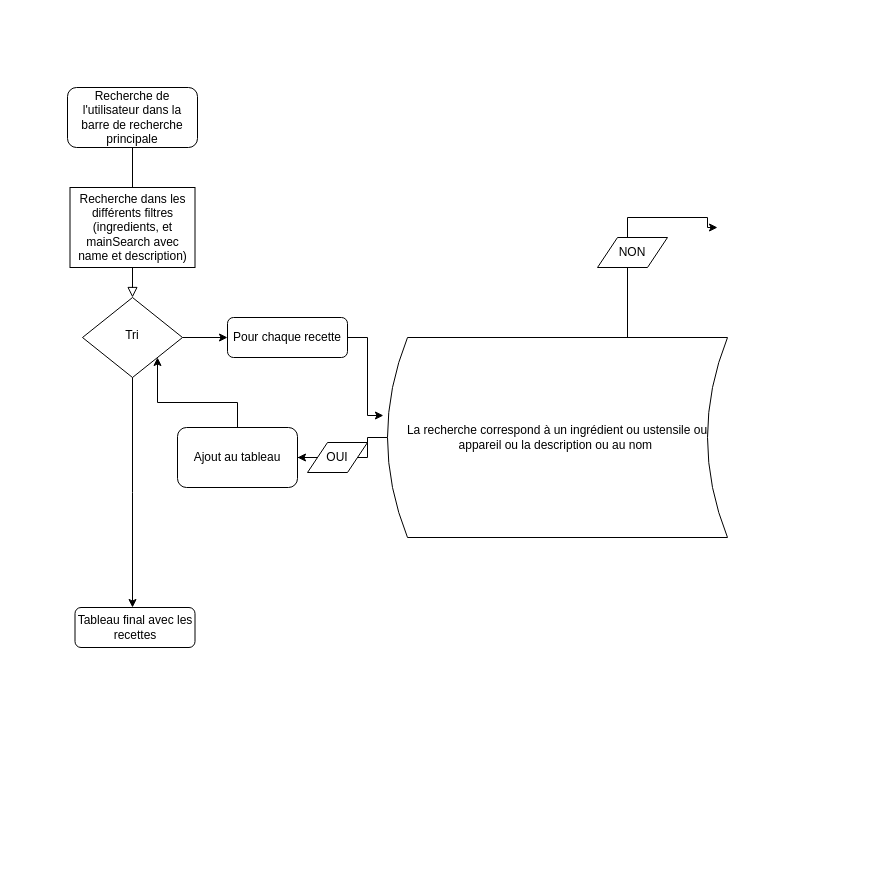
Above: diagram.drawio in Ooxz/AdrienBrune_7_26112020 (draw.io), before the change. Source tidied: cells renumbered, new cells numbered last; positions are measured from the earlier drawing's top-left corner, leaving out a move shared by most shapes. Both pictures are drawn from the tidied source at 100%, with x=0, y=0 at pixel (67, 87).
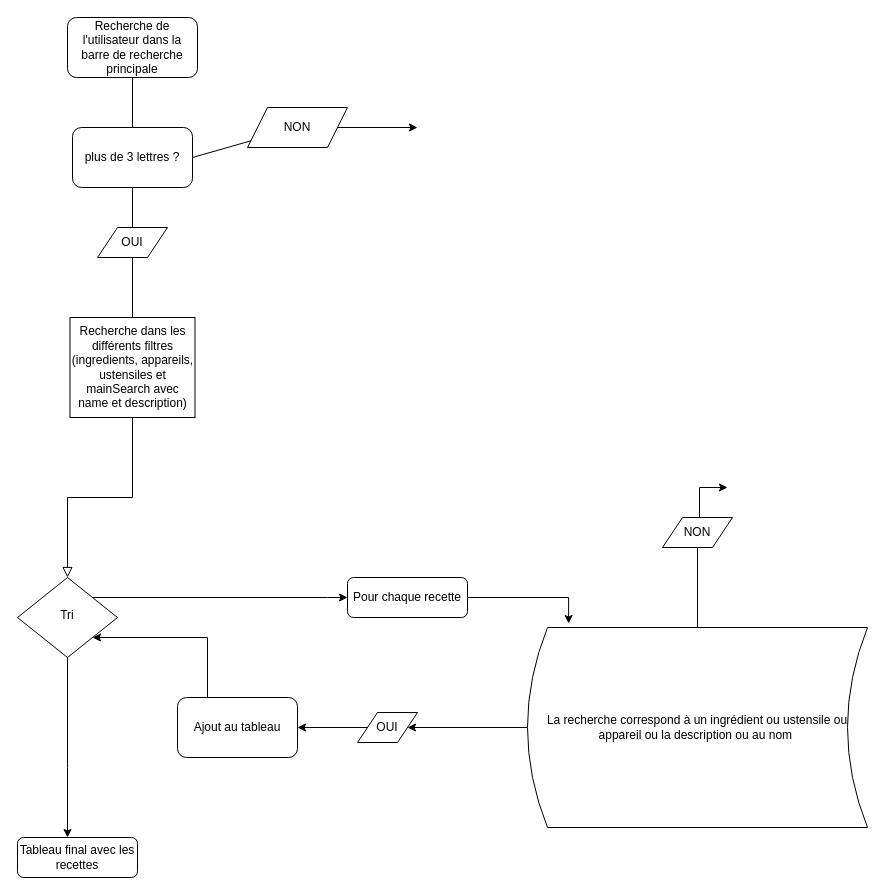
Above is the later version.

Change to the diagram source:
```diff
@@
     <mxCell id="3" value="Recherche de l'utilisateur dans la barre de recherche principale" style="rounded=1;whiteSpace=wrap;html=1;fontSize=12;glass=0;strokeWidth=1;shadow=0;" parent="1" vertex="1">
-      <mxGeometry width="130" height="60" as="geometry" />
+      <mxGeometry y="-70" width="130" height="60" as="geometry" />
     </mxCell>
     <mxCell id="4" style="edgeStyle=orthogonalEdgeStyle;rounded=0;jettySize=auto;html=1;" parent="1" edge="1" source="5" target="7">
-      <mxGeometry relative="1" as="geometry" />
+      <mxGeometry relative="1" as="geometry">
+        <Array as="points">
+          <mxPoint x="260" y="510" />
+        </Array>
+      </mxGeometry>
     </mxCell>
     <mxCell id="5" value="Tri" style="rhombus;whiteSpace=wrap;html=1;shadow=0;fontFamily=Helvetica;fontSize=12;align=center;strokeWidth=1;spacing=6;spacingTop=-4;" parent="1" vertex="1">
-      <mxGeometry x="15" y="210" width="100" height="80" as="geometry" />
+      <mxGeometry x="-50" y="490" width="100" height="80" as="geometry" />
     </mxCell>
-    <mxCell id="6" style="edgeStyle=orthogonalEdgeStyle;rounded=0;jettySize=auto;html=1;entryX=-0.012;entryY=0.39;entryDx=0;entryDy=0;entryPerimeter=0;" parent="1" edge="1" source="7" target="15">
+    <mxCell id="6" style="edgeStyle=orthogonalEdgeStyle;rounded=0;jettySize=auto;html=1;entryX=0.121;entryY=-0.02;entryDx=0;entryDy=0;entryPerimeter=0;" parent="1" edge="1" source="7" target="15">
       <mxGeometry relative="1" as="geometry" />
     </mxCell>
     <mxCell id="7" value="Pour chaque recette" style="rounded=1;whiteSpace=wrap;html=1;fontSize=12;glass=0;strokeWidth=1;shadow=0;" parent="1" vertex="1">
-      <mxGeometry x="160" y="230" width="120" height="40" as="geometry" />
+      <mxGeometry x="280" y="490" width="120" height="40" as="geometry" />
     </mxCell>
-    <mxCell id="8" style="edgeStyle=orthogonalEdgeStyle;rounded=0;jettySize=auto;html=1;exitX=0.5;exitY=1;exitDx=0;exitDy=0;" parent="1" edge="1" source="5">
+    <mxCell id="8" style="edgeStyle=orthogonalEdgeStyle;rounded=0;jettySize=auto;html=1;exitX=0.5;exitY=1;exitDx=0;exitDy=0;" parent="1" edge="1" source="5" target="9">
       <mxGeometry relative="1" as="geometry">
-        <mxPoint x="65" y="520" as="targetPoint" />
+        <Array as="points">
+          <mxPoint y="680" />
+          <mxPoint y="680" />
+        </Array>
       </mxGeometry>
     </mxCell>
     <mxCell id="9" value="Tableau final avec les recettes" style="rounded=1;whiteSpace=wrap;html=1;fontSize=12;glass=0;strokeWidth=1;shadow=0;" parent="1" vertex="1">
-      <mxGeometry x="7.5" y="520" width="120" height="40" as="geometry" />
+      <mxGeometry x="-50" y="750" width="120" height="40" as="geometry" />
     </mxCell>
-    <mxCell id="10" value="Recherche dans les différents filtres (ingredients, et mainSearch avec name et description)" style="rounded=0;whiteSpace=wrap;html=1;" parent="1" vertex="1">
-      <mxGeometry x="2.5" y="100" width="125" height="80" as="geometry" />
+    <mxCell id="10" value="Recherche dans les différents filtres (ingredients, appareils, ustensiles et mainSearch avec name et description)" style="rounded=0;whiteSpace=wrap;html=1;" parent="1" vertex="1">
+      <mxGeometry x="2.5" y="230" width="125" height="100" as="geometry" />
     </mxCell>
-    <mxCell id="11" style="rounded=0;html=1;jettySize=auto;fontSize=11;endArrow=none;endFill=0;endSize=8;strokeWidth=1;shadow=0;labelBackgroundColor=none;edgeStyle=orthogonalEdgeStyle;" parent="1" edge="1" source="3" target="10">
+    <mxCell id="11" style="rounded=0;html=1;jettySize=auto;fontSize=11;endArrow=none;endFill=0;strokeWidth=1;shadow=0;labelBackgroundColor=none;edgeStyle=orthogonalEdgeStyle;startArrow=none;" parent="1" edge="1" source="25" target="10">
       <mxGeometry relative="1" as="geometry" />
     </mxCell>
@@
-    <mxCell id="13" style="edgeStyle=orthogonalEdgeStyle;rounded=0;jettySize=auto;html=1;" parent="1" edge="1" source="15">
+    <mxCell id="13" style="edgeStyle=orthogonalEdgeStyle;rounded=0;jettySize=auto;html=1;startArrow=none;" parent="1" edge="1" source="18">
       <mxGeometry relative="1" as="geometry">
-        <mxPoint x="650" y="140" as="targetPoint" />
+        <mxPoint x="660" y="400" as="targetPoint" />
         <Array as="points">
-          <mxPoint x="560" y="130" />
-          <mxPoint x="640" y="130" />
-          <mxPoint x="640" y="140" />
+          <mxPoint x="632" y="400" />
         </Array>
       </mxGeometry>
     </mxCell>
@@
     <mxCell id="15" value="La recherche correspond à un ingrédient ou ustensile ou appareil ou la description ou au nom&amp;nbsp;" style="shape=dataStorage;whiteSpace=wrap;html=1;fixedSize=1;" parent="1" vertex="1">
-      <mxGeometry x="320" y="250" width="340" height="200" as="geometry" />
+      <mxGeometry x="460" y="540" width="340" height="200" as="geometry" />
     </mxCell>
     <mxCell id="16" style="edgeStyle=orthogonalEdgeStyle;rounded=0;jettySize=auto;html=1;" parent="1" edge="1" source="17" target="5">
       <mxGeometry relative="1" as="geometry">
         <Array as="points">
-          <mxPoint x="170" y="315" />
-          <mxPoint x="90" y="315" />
+          <mxPoint x="140" y="550" />
         </Array>
       </mxGeometry>
     </mxCell>
     <mxCell id="17" value="Ajout au tableau" style="rounded=1;whiteSpace=wrap;html=1;" parent="1" vertex="1">
-      <mxGeometry x="110" y="340" width="120" height="60" as="geometry" />
+      <mxGeometry x="110" y="610" width="120" height="60" as="geometry" />
     </mxCell>
+    <mxCell id="19" value="OUI" style="shape=parallelogram;perimeter=parallelogramPerimeter;whiteSpace=wrap;html=1;fixedSize=1;" parent="1" vertex="1">
+      <mxGeometry x="290" y="625" width="60" height="30" as="geometry" />
+    </mxCell>
+    <mxCell id="20" value="plus de 3 lettres ?" style="rounded=1;whiteSpace=wrap;html=1;" parent="1" vertex="1">
+      <mxGeometry x="5" y="40" width="120" height="60" as="geometry" />
+    </mxCell>
+    <mxCell id="21" style="rounded=0;html=1;jettySize=auto;fontSize=11;endArrow=none;endFill=0;endSize=8;strokeWidth=1;shadow=0;labelBackgroundColor=none;edgeStyle=orthogonalEdgeStyle;" parent="1" edge="1" source="3" target="20">
+      <mxGeometry relative="1" as="geometry" />
+    </mxCell>
+    <mxCell id="22" style="endArrow=classic;html=1;rounded=0;exitX=1;exitY=0.5;exitDx=0;exitDy=0;startArrow=none;" parent="1" edge="1" source="23">
+      <mxGeometry relative="1" as="geometry">
+        <mxPoint x="350" y="40" as="targetPoint" />
+        <Array as="points">
+          <mxPoint x="200" y="40" />
+        </Array>
+      </mxGeometry>
+    </mxCell>
+    <mxCell id="23" value="NON" style="shape=parallelogram;perimeter=parallelogramPerimeter;whiteSpace=wrap;html=1;fixedSize=1;" parent="1" vertex="1">
+      <mxGeometry x="180" y="20" width="100" height="40" as="geometry" />
+    </mxCell>
+    <mxCell id="24" style="endArrow=none;html=1;rounded=0;exitX=1;exitY=0.5;exitDx=0;exitDy=0;" parent="1" edge="1" source="20" target="23">
+      <mxGeometry relative="1" as="geometry" />
+    </mxCell>
+    <mxCell id="25" value="OUI" style="shape=parallelogram;perimeter=parallelogramPerimeter;whiteSpace=wrap;html=1;fixedSize=1;" parent="1" vertex="1">
+      <mxGeometry x="30" y="140" width="70" height="30" as="geometry" />
+    </mxCell>
+    <mxCell id="26" style="rounded=0;html=1;jettySize=auto;fontSize=11;endArrow=none;endFill=0;endSize=8;strokeWidth=1;shadow=0;labelBackgroundColor=none;edgeStyle=orthogonalEdgeStyle;startArrow=none;" parent="1" edge="1" source="20" target="25">
+      <mxGeometry relative="1" as="geometry" />
+    </mxCell>
     <mxCell id="18" value="NON" style="shape=parallelogram;perimeter=parallelogramPerimeter;whiteSpace=wrap;html=1;fixedSize=1;" parent="1" vertex="1">
-      <mxGeometry x="530" y="150" width="70" height="30" as="geometry" />
+      <mxGeometry x="595" y="430" width="70" height="30" as="geometry" />
     </mxCell>
-    <mxCell id="19" value="OUI" style="shape=parallelogram;perimeter=parallelogramPerimeter;whiteSpace=wrap;html=1;fixedSize=1;" parent="1" vertex="1">
-      <mxGeometry x="240" y="355" width="60" height="30" as="geometry" />
-    </mxCell>
+    <mxCell id="27" style="edgeStyle=orthogonalEdgeStyle;rounded=0;jettySize=auto;html=1;endArrow=none;" parent="1" edge="1" source="15" target="18">
+      <mxGeometry relative="1" as="geometry" />
+    </mxCell>
```
